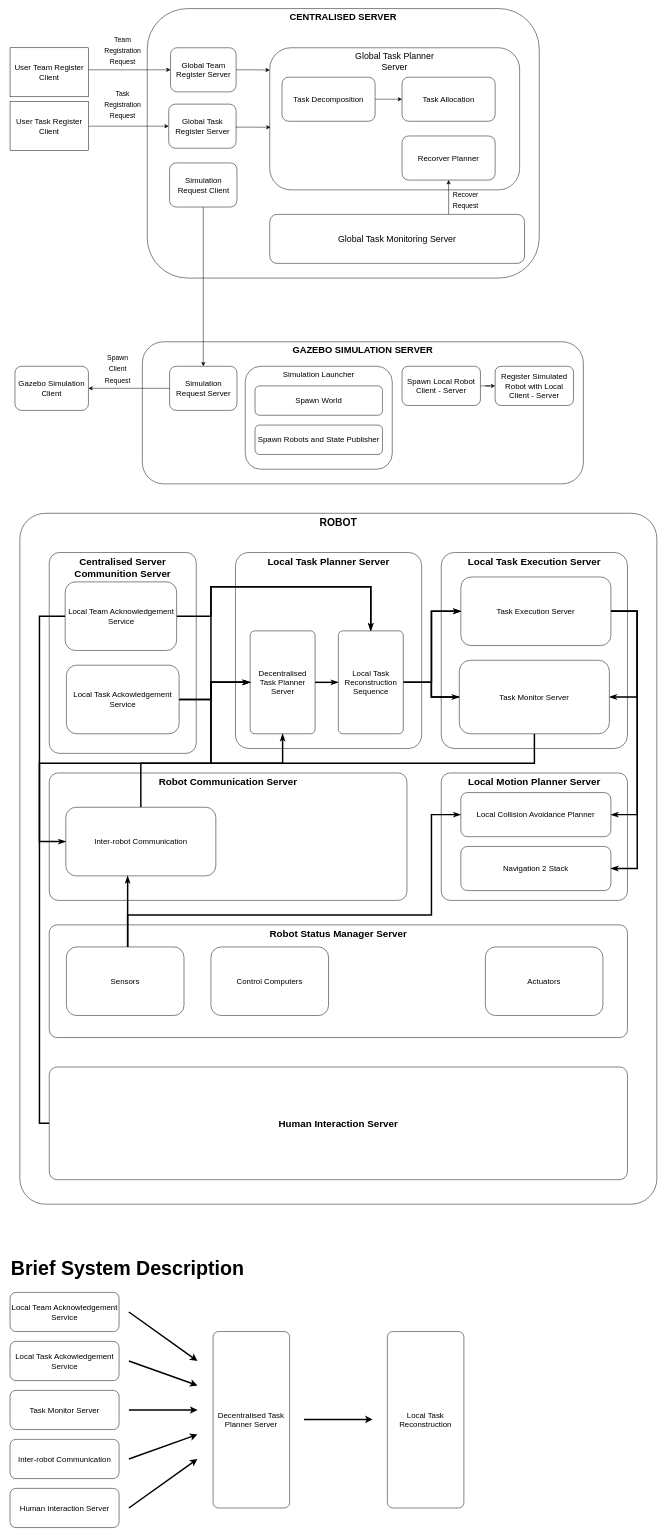
This is system_overview.drawio from dkhoanguyen/multi-robot-playground, a draw.io file, before an edit. Source tidied: cells renumbered, new cells numbered last; positions are measured from the earlier drawing's top-left corner, leaving out a move shared by most shapes. Both pictures are drawn from the tidied source at 49%, with x=0, y=0 at pixel (8, 8).
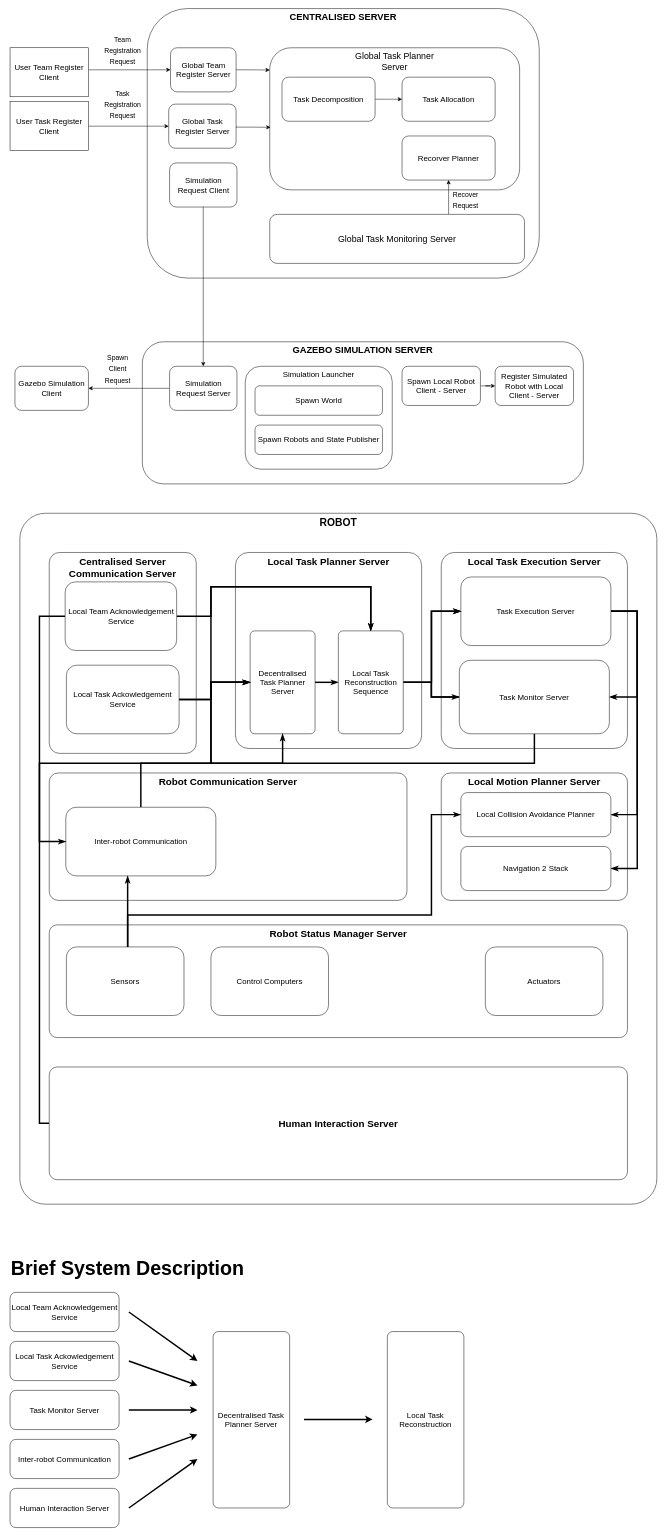
The same diagram, later.

The edit, as a diff of the source:
```diff
@@
-    <mxCell id="38" value="&lt;font style=&quot;font-size: 20px;&quot;&gt;&lt;b&gt;Centralised Server Communition Server&lt;/b&gt;&lt;/font&gt;" style="rounded=1;whiteSpace=wrap;html=1;fontSize=16;verticalAlign=top;arcSize=7;" parent="1" vertex="1">
+    <mxCell id="38" value="&lt;font style=&quot;font-size: 20px;&quot;&gt;&lt;b&gt;Centralised Server Communication Server&lt;/b&gt;&lt;/font&gt;" style="rounded=1;whiteSpace=wrap;html=1;fontSize=16;verticalAlign=top;arcSize=7;" parent="1" vertex="1">
       <mxGeometry x="83" y="1110" width="300" height="410" as="geometry" />
     </mxCell>
```
